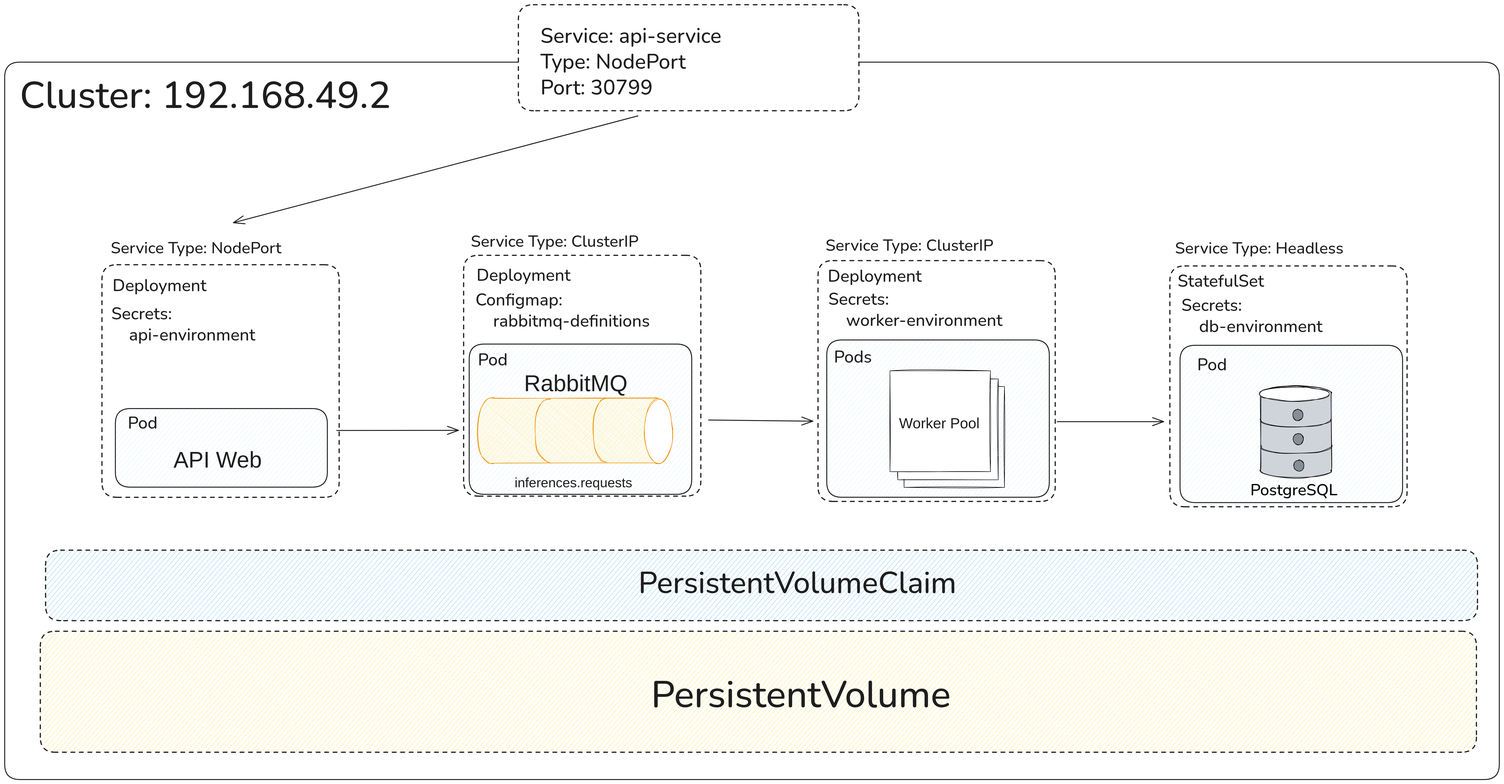
Above: assets/k8s.excalidraw.png in reidn3r/ml-inference-pipeline (Excalidraw), before the change. Source tidied: one line per element, renumbered; positions are measured from the earlier drawing's top-left corner, leaving out a move shared by most shapes.
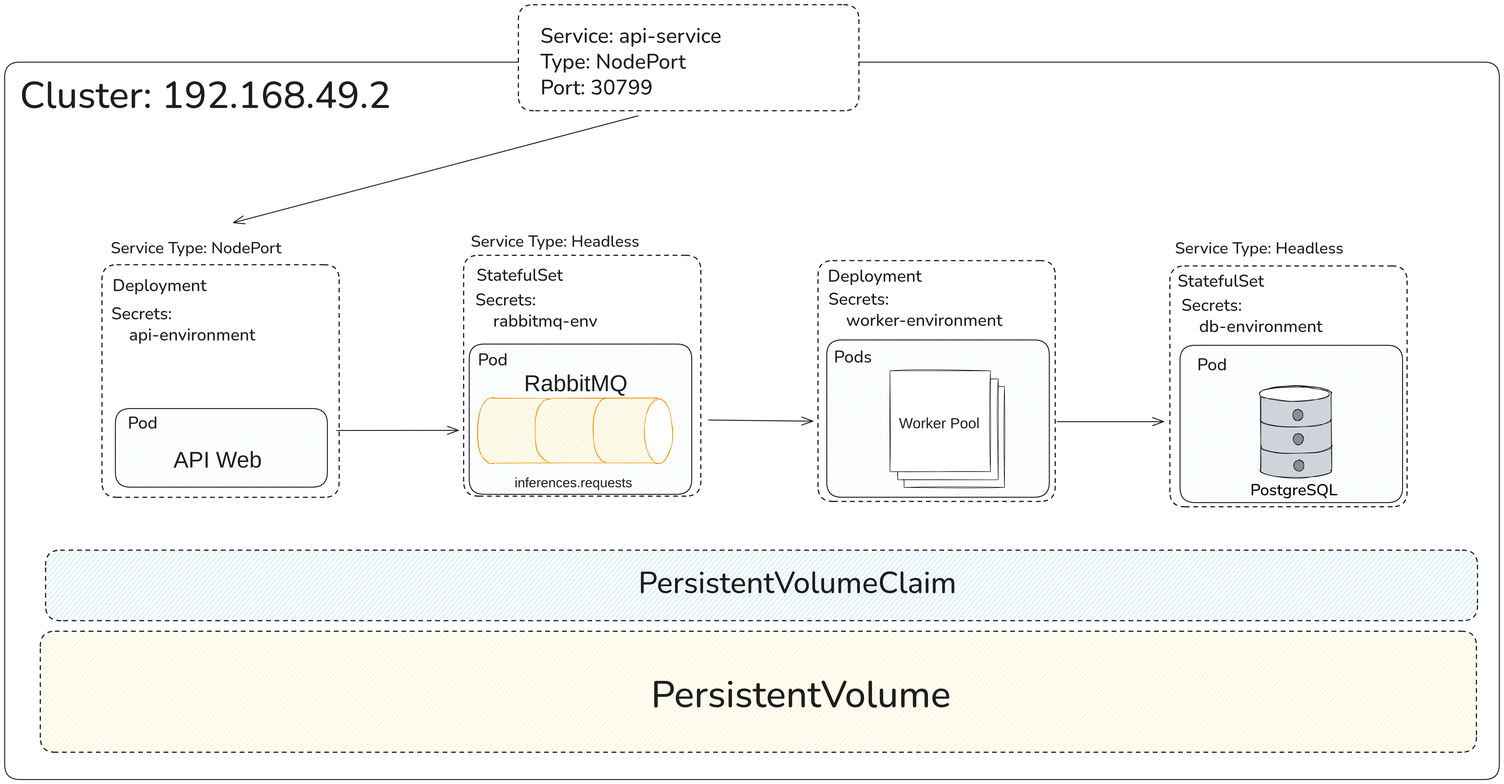
The same diagram one commit later.

The edit, as a diff of the source:
```diff
@@ -35,8 +35,8 @@
 {"id": 34, "type": "rectangle", "strokeColor": "#1e1e1e", "strokeWidth": 2, "strokeStyle": "dashed", "roughness": 0, "round": true, "x": 977, "y": 533, "width": 505, "height": 512}
 {"id": 35, "type": "arrow", "strokeColor": "#1e1e1e", "backgroundColor": "#f8f9fa", "fillStyle": "solid", "strokeWidth": 2, "roughness": 0, "endArrowhead": "arrow", "round": true, "to": 40, "x": 1499, "y": 884, "width": 222, "height": 2, "points": [[0, 0], [222, 2]]}
 {"id": 36, "type": "arrow", "strokeColor": "#1e1e1e", "backgroundColor": "#e7f5ff", "fillStyle": "hachure", "strokeWidth": 2, "roughness": 0, "endArrowhead": "arrow", "round": true, "to": 34, "x": 707, "y": 906, "width": 259, "height": 0, "points": [[0, 0], [259, 0]]}
-{"id": 37, "type": "text", "text": "Deployment", "strokeColor": "#1e1e1e", "strokeWidth": 2, "strokeStyle": "dashed", "roughness": 0, "fontSize": 36, "fontFamily": 6, "x": 1005, "y": 553, "width": 200, "height": 45}
+{"id": 37, "type": "text", "text": "StatefulSet", "strokeColor": "#1e1e1e", "strokeWidth": 2, "strokeStyle": "dashed", "roughness": 0, "fontSize": 36, "fontFamily": 6, "x": 1005, "y": 553, "width": 184, "height": 45}
-{"id": 38, "type": "text", "text": "Configmap: \n    rabbitmq-definitions", "strokeColor": "#1e1e1e", "strokeWidth": 2, "strokeStyle": "dashed", "roughness": 0, "fontSize": 36, "fontFamily": 6, "x": 1002, "y": 606, "width": 371, "height": 90}
+{"id": 38, "type": "text", "text": "Secrets:\n    rabbitmq-env", "strokeColor": "#1e1e1e", "strokeWidth": 2, "strokeStyle": "dashed", "roughness": 0, "fontSize": 36, "fontFamily": 6, "x": 1002, "y": 606, "width": 260, "height": 90}
 {"id": 39, "type": "text", "text": "Pod", "strokeColor": "#1e1e1e", "strokeWidth": 2, "strokeStyle": "dashed", "roughness": 0, "fontSize": 36, "fontFamily": 6, "x": 1007, "y": 733, "width": 63, "height": 45}
 {"id": 40, "type": "rectangle", "strokeColor": "#1e1e1e", "strokeWidth": 2, "strokeStyle": "dashed", "roughness": 0, "round": true, "x": 1732, "y": 545, "width": 505, "height": 512}
 {"id": 41, "type": "text", "text": "Pods", "strokeColor": "#1e1e1e", "strokeWidth": 2, "strokeStyle": "dashed", "roughness": 0, "fontSize": 36, "fontFamily": 6, "x": 1765, "y": 727, "width": 81, "height": 45}
@@ -46,8 +46,7 @@
 {"id": 45, "type": "text", "text": "Pod", "strokeColor": "#1e1e1e", "strokeWidth": 2, "strokeStyle": "dashed", "roughness": 0, "fontSize": 36, "fontFamily": 6, "x": 2539, "y": 744, "width": 63, "height": 45}
 {"id": 46, "type": "text", "text": "StatefulSet", "strokeColor": "#1e1e1e", "strokeWidth": 2, "strokeStyle": "dashed", "roughness": 0, "fontSize": 36, "fontFamily": 6, "x": 2497, "y": 566, "width": 184, "height": 45}
 {"id": 47, "type": "text", "text": "Secrets:\n    db-environment ", "strokeColor": "#1e1e1e", "strokeWidth": 2, "strokeStyle": "dashed", "roughness": 0, "fontSize": 36, "fontFamily": 6, "x": 2505, "y": 617, "width": 310, "height": 90}
-{"id": 48, "type": "text", "text": "Service Type: ClusterIP", "strokeColor": "#1e1e1e", "strokeWidth": 2, "strokeStyle": "dashed", "roughness": 0, "fontSize": 34.4, "fontFamily": 6, "x": 992, "y": 482, "width": 357, "height": 43}
+{"id": 48, "type": "text", "text": "Service Type: Headless", "strokeColor": "#1e1e1e", "strokeWidth": 2, "strokeStyle": "dashed", "roughness": 0, "fontSize": 34.4, "fontFamily": 6, "x": 992, "y": 482, "width": 359, "height": 43}
-{"id": 49, "type": "text", "text": "Service Type: ClusterIP", "strokeColor": "#1e1e1e", "strokeWidth": 2, "strokeStyle": "dashed", "roughness": 0, "fontSize": 34.4, "fontFamily": 6, "x": 1748, "y": 491, "width": 357, "height": 43}
 {"id": 50, "type": "text", "text": "Service Type: Headless", "strokeColor": "#1e1e1e", "strokeWidth": 2, "strokeStyle": "dashed", "roughness": 0, "fontSize": 34.4, "fontFamily": 6, "x": 2492, "y": 497, "width": 359, "height": 43}
 {"id": 51, "type": "text", "text": "Service Type: NodePort", "strokeColor": "#1e1e1e", "strokeWidth": 2, "strokeStyle": "dashed", "roughness": 0, "fontSize": 34.4, "fontFamily": 6, "x": 226, "y": 496, "width": 363, "height": 43}
 {"id": 52, "type": "rectangle", "strokeColor": "#1e1e1e", "backgroundColor": "white", "fillStyle": "solid", "strokeWidth": 2, "strokeStyle": "dashed", "roughness": 0, "round": true, "x": 1094, "y": 0, "width": 725, "height": 226}
```
